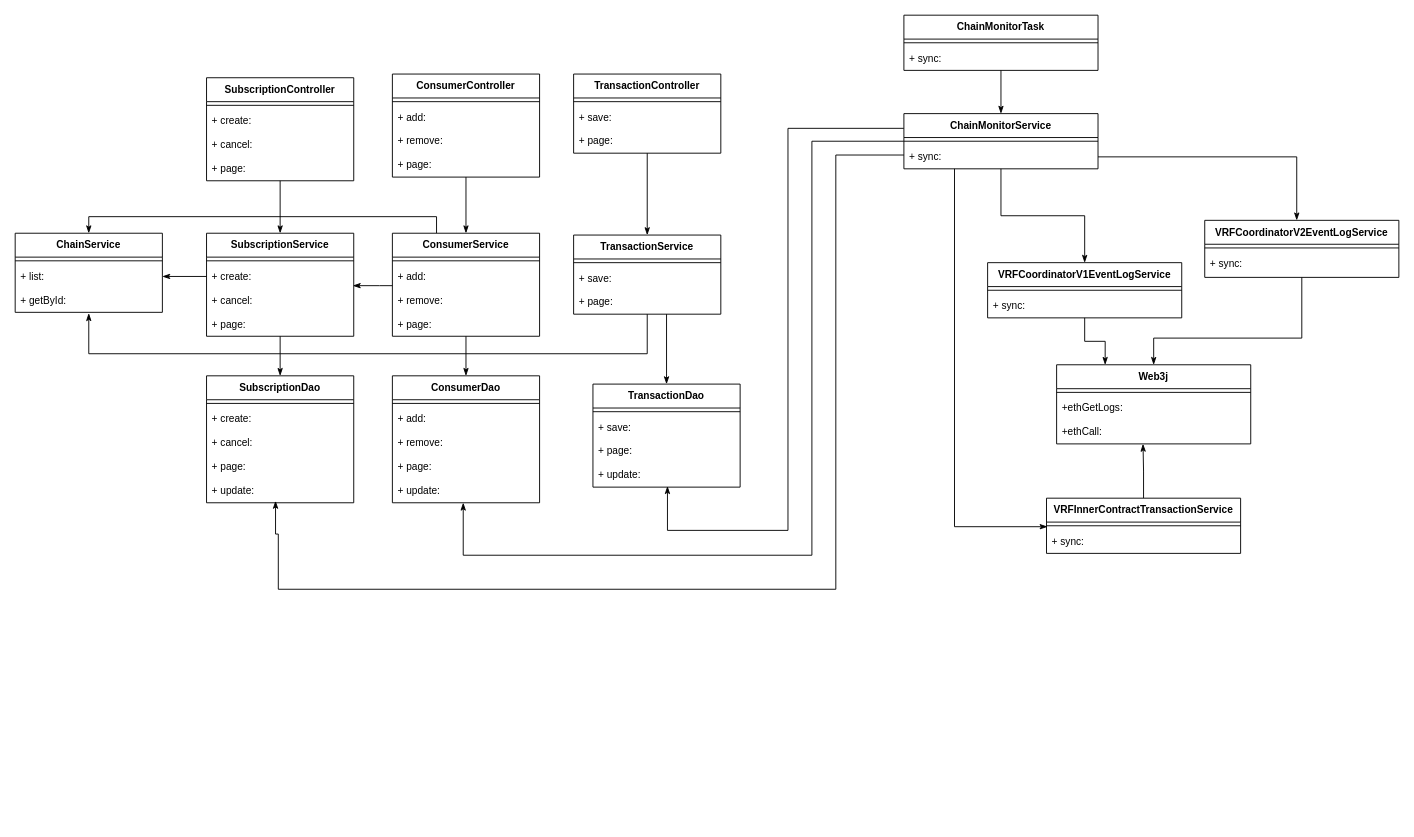
Before: page "核心类图" (6 of 7) of VRF-architecture.drawio in trevorch/drawio, a draw.io diagram. Source tidied: cells renumbered, new cells numbered last; positions are measured from the earlier drawing's top-left corner, leaving out a move shared by most shapes. Both pictures are drawn from the tidied source at 92%, with x=0, y=0 at pixel (15, 15).
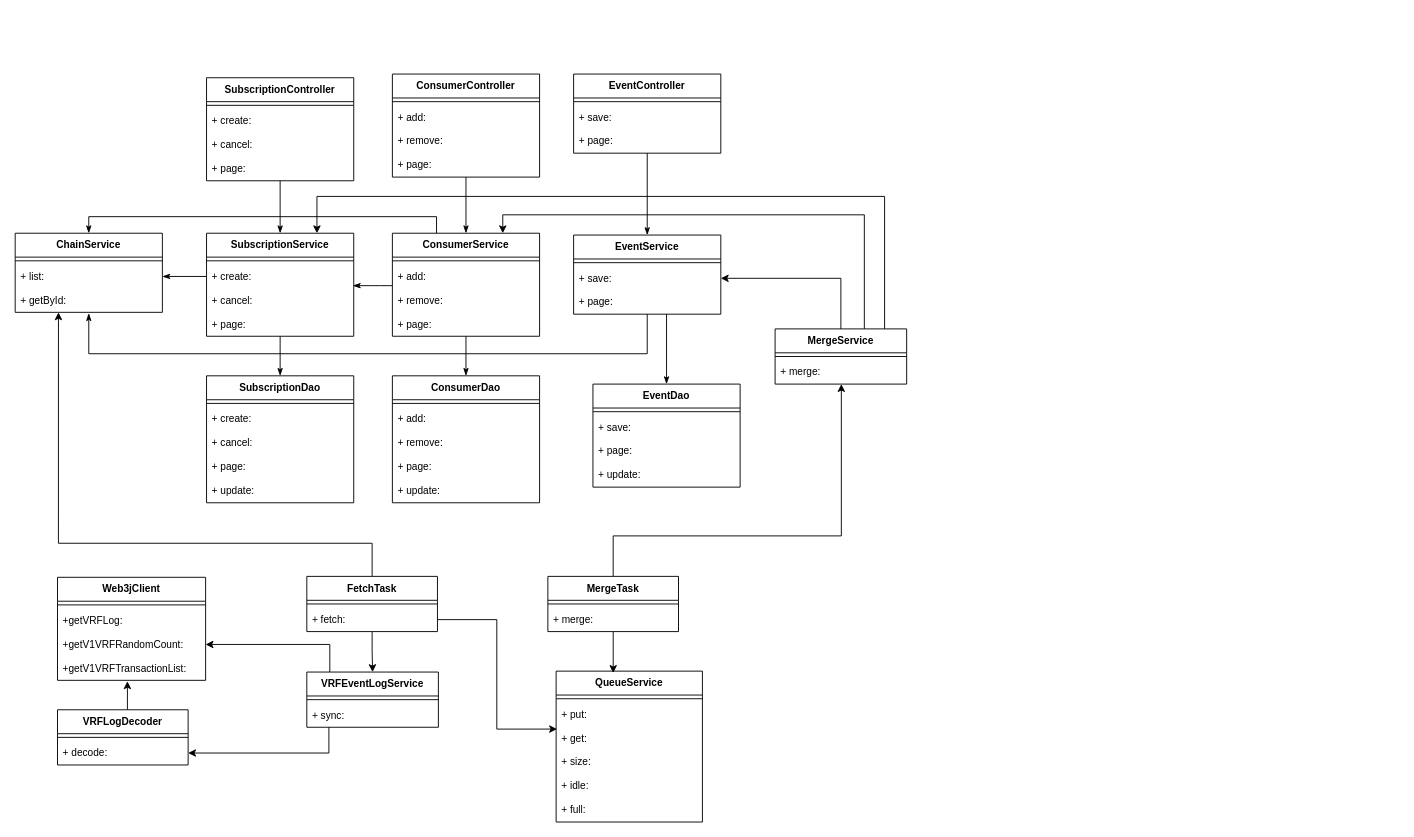
After the change.

The change refers to these unchanged cells:
```xml
<mxCell id="3" value="SubscriptionService&#10;" style="swimlane;fontStyle=1;align=center;verticalAlign=top;horizontal=1;startSize=26;fontSize=11;" parent="1" vertex="1">
  <mxGeometry x="208" y="237" width="160" height="112" as="geometry" />
</mxCell>
<mxCell id="11" value="ConsumerService&#10;" style="swimlane;fontStyle=1;align=center;verticalAlign=top;horizontal=1;startSize=26;fontSize=11;" parent="1" vertex="1">
  <mxGeometry x="410" y="237" width="160" height="112" as="geometry" />
</mxCell>
<mxCell id="20" value="+ save: " style="text;strokeColor=none;fillColor=none;align=left;verticalAlign=top;spacingLeft=4;spacingRight=4;overflow=hidden;points=[[0,0.5],[1,0.5]];portConstraint=eastwest;fontSize=11;" parent="18" vertex="1">
  <mxGeometry y="34" width="160" height="26" as="geometry" />
</mxCell>
<mxCell id="59" value="+ getById: " style="text;strokeColor=none;fillColor=none;align=left;verticalAlign=top;spacingLeft=4;spacingRight=4;overflow=hidden;points=[[0,0.5],[1,0.5]];portConstraint=eastwest;fontSize=11;" parent="56" vertex="1">
  <mxGeometry y="60" width="160" height="26" as="geometry" />
</mxCell>
```

Diff of the diagram source:
```diff
@@
-    <mxCell id="18" value="TransactionService&#10;" style="swimlane;fontStyle=1;align=center;verticalAlign=top;horizontal=1;startSize=26;fontSize=11;" parent="1" vertex="1">
+    <mxCell id="18" value="EventService&#10;" style="swimlane;fontStyle=1;align=center;verticalAlign=top;horizontal=1;startSize=26;fontSize=11;" parent="1" vertex="1">
       <mxGeometry x="607" y="239" width="160" height="86" as="geometry" />
     </mxCell>
@@
-    <mxCell id="34" value="TransactionDao" style="swimlane;fontStyle=1;align=center;verticalAlign=top;horizontal=1;startSize=26;fontSize=11;" parent="1" vertex="1">
+    <mxCell id="34" value="EventDao" style="swimlane;fontStyle=1;align=center;verticalAlign=top;horizontal=1;startSize=26;fontSize=11;" parent="1" vertex="1">
       <mxGeometry x="628" y="401" width="160" height="112" as="geometry" />
     </mxCell>
@@
-    <mxCell id="52" value="TransactionController&#10;" style="swimlane;fontStyle=1;align=center;verticalAlign=top;horizontal=1;startSize=26;fontSize=11;" parent="1" vertex="1">
+    <mxCell id="52" value="EventController&#10;" style="swimlane;fontStyle=1;align=center;verticalAlign=top;horizontal=1;startSize=26;fontSize=11;" parent="1" vertex="1">
       <mxGeometry x="607" y="64" width="160" height="86" as="geometry" />
     </mxCell>
@@
-    <mxCell id="61" style="edgeStyle=orthogonalEdgeStyle;rounded=0;jettySize=auto;html=1;entryX=0.445;entryY=1;entryDx=0;entryDy=0;entryPerimeter=0;fontSize=11;startArrow=none;startFill=0;endArrow=classicThin;endFill=1;" parent="1" edge="1" source="62" target="76">
-      <mxGeometry relative="1" as="geometry" />
-    </mxCell>
-    <mxCell id="62" value="VRFInnerContractTransactionService&#10;" style="swimlane;fontStyle=1;align=center;verticalAlign=top;horizontal=1;startSize=26;fontSize=11;" parent="1" vertex="1">
-      <mxGeometry x="1121" y="525" width="211" height="60" as="geometry" />
+    <mxCell id="62" value="QueueService" style="swimlane;fontStyle=1;align=center;verticalAlign=top;horizontal=1;startSize=26;fontSize=11;" parent="1" vertex="1">
+      <mxGeometry x="588" y="713" width="159" height="164" as="geometry" />
     </mxCell>
     <mxCell id="63" style="line;strokeWidth=1;fillColor=none;align=left;verticalAlign=middle;spacingTop=-1;spacingLeft=3;spacingRight=3;labelPosition=right;fontSize=11;" parent="62" vertex="1">
-      <mxGeometry y="26" width="211" height="8" as="geometry" />
+      <mxGeometry y="26" width="159" height="8" as="geometry" />
     </mxCell>
-    <mxCell id="64" value="+ sync: " style="text;strokeColor=none;fillColor=none;align=left;verticalAlign=top;spacingLeft=4;spacingRight=4;overflow=hidden;points=[[0,0.5],[1,0.5]];portConstraint=eastwest;fontSize=11;" parent="62" vertex="1">
-      <mxGeometry y="34" width="211" height="26" as="geometry" />
+    <mxCell id="64" value="+ put: " style="text;strokeColor=none;fillColor=none;align=left;verticalAlign=top;spacingLeft=4;spacingRight=4;overflow=hidden;points=[[0,0.5],[1,0.5]];portConstraint=eastwest;fontSize=11;" parent="62" vertex="1">
+      <mxGeometry y="34" width="159" height="26" as="geometry" />
     </mxCell>
-    <mxCell id="65" style="edgeStyle=orthogonalEdgeStyle;rounded=0;jettySize=auto;html=1;entryX=0.25;entryY=0;entryDx=0;entryDy=0;fontSize=11;startArrow=none;startFill=0;endArrow=classicThin;endFill=1;" parent="1" edge="1" source="66" target="73">
-      <mxGeometry relative="1" as="geometry" />
-    </mxCell>
+    <mxCell id="90" value="+ get: " style="text;strokeColor=none;fillColor=none;align=left;verticalAlign=top;spacingLeft=4;spacingRight=4;overflow=hidden;points=[[0,0.5],[1,0.5]];portConstraint=eastwest;fontSize=11;" parent="62" vertex="1">
+      <mxGeometry y="60" width="159" height="26" as="geometry" />
+    </mxCell>
+    <mxCell id="91" value="+ size: " style="text;strokeColor=none;fillColor=none;align=left;verticalAlign=top;spacingLeft=4;spacingRight=4;overflow=hidden;fontSize=11;" parent="62" vertex="1">
+      <mxGeometry y="86" width="159" height="26" as="geometry" />
+    </mxCell>
+    <mxCell id="92" value="+ idle: " style="text;strokeColor=none;fillColor=none;align=left;verticalAlign=top;spacingLeft=4;spacingRight=4;overflow=hidden;fontSize=11;" parent="62" vertex="1">
+      <mxGeometry y="112" width="159" height="26" as="geometry" />
+    </mxCell>
+    <mxCell id="93" value="+ full: " style="text;strokeColor=none;fillColor=none;align=left;verticalAlign=top;spacingLeft=4;spacingRight=4;overflow=hidden;fontSize=11;" parent="62" vertex="1">
+      <mxGeometry y="138" width="159" height="26" as="geometry" />
+    </mxCell>
+    <mxCell id="94" style="edgeStyle=orthogonalEdgeStyle;rounded=0;jettySize=auto;html=1;entryX=0.472;entryY=1.038;entryDx=0;entryDy=0;entryPerimeter=0;" parent="1" edge="1" source="66" target="95">
+      <mxGeometry relative="1" as="geometry">
+        <Array as="points">
+          <mxPoint x="122" y="774" />
+          <mxPoint x="122" y="774" />
+        </Array>
+      </mxGeometry>
+    </mxCell>
-    <mxCell id="66" value="VRFCoordinatorV1EventLogService&#10;" style="swimlane;fontStyle=1;align=center;verticalAlign=top;horizontal=1;startSize=26;fontSize=11;" parent="1" vertex="1">
-      <mxGeometry x="1057" y="269" width="211" height="60" as="geometry" />
+    <mxCell id="66" value="VRFLogDecoder" style="swimlane;fontStyle=1;align=center;verticalAlign=top;horizontal=1;startSize=26;fontSize=11;" parent="1" vertex="1">
+      <mxGeometry x="46" y="755" width="142" height="60" as="geometry" />
     </mxCell>
     <mxCell id="67" style="line;strokeWidth=1;fillColor=none;align=left;verticalAlign=middle;spacingTop=-1;spacingLeft=3;spacingRight=3;labelPosition=right;fontSize=11;" parent="66" vertex="1">
-      <mxGeometry y="26" width="211" height="8" as="geometry" />
+      <mxGeometry y="26" width="142" height="8" as="geometry" />
     </mxCell>
-    <mxCell id="68" value="+ sync: " style="text;strokeColor=none;fillColor=none;align=left;verticalAlign=top;spacingLeft=4;spacingRight=4;overflow=hidden;points=[[0,0.5],[1,0.5]];portConstraint=eastwest;fontSize=11;" parent="66" vertex="1">
-      <mxGeometry y="34" width="211" height="26" as="geometry" />
+    <mxCell id="68" value="+ decode: " style="text;strokeColor=none;fillColor=none;align=left;verticalAlign=top;spacingLeft=4;spacingRight=4;overflow=hidden;points=[[0,0.5],[1,0.5]];portConstraint=eastwest;fontSize=11;" parent="66" vertex="1">
+      <mxGeometry y="34" width="142" height="26" as="geometry" />
     </mxCell>
-    <mxCell id="69" style="edgeStyle=orthogonalEdgeStyle;rounded=0;jettySize=auto;html=1;entryX=0.5;entryY=0;entryDx=0;entryDy=0;fontSize=11;startArrow=none;startFill=0;endArrow=classicThin;endFill=1;" parent="1" edge="1" source="70" target="73">
-      <mxGeometry relative="1" as="geometry">
-        <Array as="points">
-          <mxPoint x="1399" y="351" />
-          <mxPoint x="1238" y="351" />
-        </Array>
-      </mxGeometry>
-    </mxCell>
-    <mxCell id="70" value="VRFCoordinatorV2EventLogService&#10;" style="swimlane;fontStyle=1;align=center;verticalAlign=top;horizontal=1;startSize=26;fontSize=11;" parent="1" vertex="1">
-      <mxGeometry x="1293" y="223" width="211" height="62" as="geometry" />
-    </mxCell>
-    <mxCell id="71" style="line;strokeWidth=1;fillColor=none;align=left;verticalAlign=middle;spacingTop=-1;spacingLeft=3;spacingRight=3;labelPosition=right;fontSize=11;" parent="70" vertex="1">
-      <mxGeometry y="26" width="211" height="8" as="geometry" />
-    </mxCell>
-    <mxCell id="72" value="+ sync: " style="text;strokeColor=none;fillColor=none;align=left;verticalAlign=top;spacingLeft=4;spacingRight=4;overflow=hidden;fontSize=11;" parent="70" vertex="1">
-      <mxGeometry y="34" width="211" height="28" as="geometry" />
-    </mxCell>
-    <mxCell id="73" value="Web3j" style="swimlane;fontStyle=1;align=center;verticalAlign=top;horizontal=1;startSize=26;fontSize=11;" parent="1" vertex="1">
-      <mxGeometry x="1132" y="380" width="211" height="86" as="geometry" />
+    <mxCell id="73" value="Web3jClient" style="swimlane;fontStyle=1;align=center;verticalAlign=top;horizontal=1;startSize=26;fontSize=11;" parent="1" vertex="1">
+      <mxGeometry x="46" y="611" width="161" height="112" as="geometry" />
     </mxCell>
     <mxCell id="74" style="line;strokeWidth=1;fillColor=none;align=left;verticalAlign=middle;spacingTop=-1;spacingLeft=3;spacingRight=3;labelPosition=right;fontSize=11;" parent="73" vertex="1">
-      <mxGeometry y="26" width="211" height="8" as="geometry" />
+      <mxGeometry y="26" width="161" height="8" as="geometry" />
     </mxCell>
-    <mxCell id="75" value="+ethGetLogs: " style="text;strokeColor=none;fillColor=none;align=left;verticalAlign=top;spacingLeft=4;spacingRight=4;overflow=hidden;fontSize=11;" parent="73" vertex="1">
-      <mxGeometry y="34" width="211" height="26" as="geometry" />
+    <mxCell id="75" value="+getVRFLog: " style="text;strokeColor=none;fillColor=none;align=left;verticalAlign=top;spacingLeft=4;spacingRight=4;overflow=hidden;fontSize=11;" parent="73" vertex="1">
+      <mxGeometry y="34" width="161" height="26" as="geometry" />
     </mxCell>
-    <mxCell id="76" value="+ethCall: " style="text;strokeColor=none;fillColor=none;align=left;verticalAlign=top;spacingLeft=4;spacingRight=4;overflow=hidden;points=[[0,0.5],[1,0.5]];portConstraint=eastwest;fontSize=11;" parent="73" vertex="1">
-      <mxGeometry y="60" width="211" height="26" as="geometry" />
+    <mxCell id="76" value="+getV1VRFRandomCount: " style="text;strokeColor=none;fillColor=none;align=left;verticalAlign=top;spacingLeft=4;spacingRight=4;overflow=hidden;points=[[0,0.5],[1,0.5]];portConstraint=eastwest;fontSize=11;" parent="73" vertex="1">
+      <mxGeometry y="60" width="161" height="26" as="geometry" />
     </mxCell>
-    <mxCell id="77" style="edgeStyle=orthogonalEdgeStyle;rounded=0;jettySize=auto;html=1;fontSize=11;startArrow=none;startFill=0;endArrow=classicThin;endFill=1;" parent="1" edge="1" source="82" target="66">
-      <mxGeometry relative="1" as="geometry" />
-    </mxCell>
-    <mxCell id="78" style="edgeStyle=orthogonalEdgeStyle;rounded=0;jettySize=auto;html=1;entryX=0.005;entryY=-0.115;entryDx=0;entryDy=0;entryPerimeter=0;fontSize=11;startArrow=none;startFill=0;endArrow=classicThin;endFill=1;" parent="1" edge="1" source="82" target="64">
-      <mxGeometry relative="1" as="geometry">
-        <Array as="points">
-          <mxPoint x="1021" y="556" />
-        </Array>
-      </mxGeometry>
-    </mxCell>
-    <mxCell id="79" style="edgeStyle=orthogonalEdgeStyle;rounded=0;jettySize=auto;html=1;fontSize=11;startArrow=none;startFill=0;endArrow=classicThin;endFill=1;" parent="1" edge="1" source="82">
-      <mxGeometry relative="1" as="geometry">
-        <mxPoint x="283" y="528" as="targetPoint" />
-        <Array as="points">
-          <mxPoint x="892" y="152" />
-          <mxPoint x="892" y="624" />
-          <mxPoint x="286" y="624" />
-          <mxPoint x="286" y="564" />
-          <mxPoint x="283" y="564" />
-        </Array>
-      </mxGeometry>
-    </mxCell>
-    <mxCell id="80" style="edgeStyle=orthogonalEdgeStyle;rounded=0;jettySize=auto;html=1;fontSize=11;startArrow=none;startFill=0;endArrow=classicThin;endFill=1;" parent="1" edge="1" source="82">
-      <mxGeometry relative="1" as="geometry">
-        <mxPoint x="487" y="530" as="targetPoint" />
-        <Array as="points">
-          <mxPoint x="866" y="137" />
-          <mxPoint x="866" y="587" />
-          <mxPoint x="487" y="587" />
-        </Array>
-      </mxGeometry>
-    </mxCell>
-    <mxCell id="81" style="edgeStyle=orthogonalEdgeStyle;rounded=0;jettySize=auto;html=1;fontSize=11;startArrow=none;startFill=0;endArrow=classicThin;endFill=1;" parent="1" edge="1" source="82">
-      <mxGeometry relative="1" as="geometry">
-        <mxPoint x="709" y="512" as="targetPoint" />
-        <Array as="points">
-          <mxPoint x="840" y="123" />
-          <mxPoint x="840" y="560" />
-          <mxPoint x="709" y="560" />
-        </Array>
-      </mxGeometry>
-    </mxCell>
+    <mxCell id="95" value="+getV1VRFTransactionList: " style="text;strokeColor=none;fillColor=none;align=left;verticalAlign=top;spacingLeft=4;spacingRight=4;overflow=hidden;points=[[0,0.5],[1,0.5]];portConstraint=eastwest;fontSize=11;" parent="73" vertex="1">
+      <mxGeometry y="86" width="161" height="26" as="geometry" />
+    </mxCell>
+    <mxCell id="96" style="edgeStyle=orthogonalEdgeStyle;rounded=0;jettySize=auto;html=1;entryX=1;entryY=0.5;entryDx=0;entryDy=0;" parent="1" edge="1" source="82" target="76">
+      <mxGeometry relative="1" as="geometry">
+        <Array as="points">
+          <mxPoint x="342" y="684" />
+        </Array>
+      </mxGeometry>
+    </mxCell>
+    <mxCell id="97" style="edgeStyle=orthogonalEdgeStyle;rounded=0;jettySize=auto;html=1;entryX=1;entryY=0.5;entryDx=0;entryDy=0;" parent="1" edge="1" source="82" target="68">
+      <mxGeometry relative="1" as="geometry">
+        <Array as="points">
+          <mxPoint x="341" y="802" />
+        </Array>
+      </mxGeometry>
+    </mxCell>
-    <mxCell id="82" value="ChainMonitorService&#10;" style="swimlane;fontStyle=1;align=center;verticalAlign=top;horizontal=1;startSize=26;fontSize=11;" parent="1" vertex="1">
-      <mxGeometry x="966" y="107" width="211" height="60" as="geometry" />
+    <mxCell id="82" value="VRFEventLogService&#10;" style="swimlane;fontStyle=1;align=center;verticalAlign=top;horizontal=1;startSize=26;fontSize=11;" parent="1" vertex="1">
+      <mxGeometry x="317" y="714" width="143" height="60" as="geometry" />
     </mxCell>
     <mxCell id="83" style="line;strokeWidth=1;fillColor=none;align=left;verticalAlign=middle;spacingTop=-1;spacingLeft=3;spacingRight=3;labelPosition=right;fontSize=11;" parent="82" vertex="1">
-      <mxGeometry y="26" width="211" height="8" as="geometry" />
+      <mxGeometry y="26" width="143" height="8" as="geometry" />
     </mxCell>
     <mxCell id="84" value="+ sync: " style="text;strokeColor=none;fillColor=none;align=left;verticalAlign=top;spacingLeft=4;spacingRight=4;overflow=hidden;points=[[0,0.5],[1,0.5]];portConstraint=eastwest;fontSize=11;" parent="82" vertex="1">
-      <mxGeometry y="34" width="211" height="26" as="geometry" />
+      <mxGeometry y="34" width="143" height="26" as="geometry" />
     </mxCell>
-    <mxCell id="85" style="edgeStyle=orthogonalEdgeStyle;rounded=0;jettySize=auto;html=1;entryX=0.474;entryY=0;entryDx=0;entryDy=0;entryPerimeter=0;fontSize=11;startArrow=none;startFill=0;endArrow=classicThin;endFill=1;" parent="1" edge="1" source="84" target="70">
-      <mxGeometry relative="1" as="geometry" />
-    </mxCell>
-    <mxCell id="86" style="edgeStyle=orthogonalEdgeStyle;rounded=0;jettySize=auto;html=1;fontSize=11;startArrow=none;startFill=0;endArrow=classicThin;endFill=1;" parent="1" edge="1" source="87" target="82">
+    <mxCell id="86" style="edgeStyle=orthogonalEdgeStyle;rounded=0;jettySize=auto;html=1;entryX=0.5;entryY=0;entryDx=0;entryDy=0;" parent="1" edge="1" source="87" target="82">
       <mxGeometry relative="1" as="geometry" />
     </mxCell>
+    <mxCell id="98" style="edgeStyle=orthogonalEdgeStyle;rounded=0;jettySize=auto;html=1;entryX=0.294;entryY=1;entryDx=0;entryDy=0;entryPerimeter=0;" parent="1" edge="1" source="87" target="59">
+      <mxGeometry relative="1" as="geometry">
+        <Array as="points">
+          <mxPoint x="388" y="574" />
+          <mxPoint x="47" y="574" />
+        </Array>
+      </mxGeometry>
+    </mxCell>
-    <mxCell id="87" value="ChainMonitorTask&#10;" style="swimlane;fontStyle=1;align=center;verticalAlign=top;horizontal=1;startSize=26;fontSize=11;" parent="1" vertex="1">
-      <mxGeometry x="966" width="211" height="60" as="geometry" />
+    <mxCell id="87" value="FetchTask&#10;" style="swimlane;fontStyle=1;align=center;verticalAlign=top;horizontal=1;startSize=26;fontSize=11;" parent="1" vertex="1">
+      <mxGeometry x="317" y="610" width="142" height="60" as="geometry" />
     </mxCell>
     <mxCell id="88" style="line;strokeWidth=1;fillColor=none;align=left;verticalAlign=middle;spacingTop=-1;spacingLeft=3;spacingRight=3;labelPosition=right;fontSize=11;" parent="87" vertex="1">
-      <mxGeometry y="26" width="211" height="8" as="geometry" />
+      <mxGeometry y="26" width="142" height="8" as="geometry" />
     </mxCell>
-    <mxCell id="89" value="+ sync: " style="text;strokeColor=none;fillColor=none;align=left;verticalAlign=top;spacingLeft=4;spacingRight=4;overflow=hidden;points=[[0,0.5],[1,0.5]];portConstraint=eastwest;fontSize=11;" parent="87" vertex="1">
-      <mxGeometry y="34" width="211" height="26" as="geometry" />
+    <mxCell id="89" value="+ fetch: " style="text;strokeColor=none;fillColor=none;align=left;verticalAlign=top;spacingLeft=4;spacingRight=4;overflow=hidden;points=[[0,0.5],[1,0.5]];portConstraint=eastwest;fontSize=11;" parent="87" vertex="1">
+      <mxGeometry y="34" width="142" height="26" as="geometry" />
     </mxCell>
+    <mxCell id="99" style="edgeStyle=orthogonalEdgeStyle;rounded=0;jettySize=auto;html=1;entryX=0.39;entryY=0.012;entryDx=0;entryDy=0;entryPerimeter=0;" parent="1" edge="1" source="101" target="62">
+      <mxGeometry relative="1" as="geometry" />
+    </mxCell>
+    <mxCell id="100" style="edgeStyle=orthogonalEdgeStyle;rounded=0;jettySize=auto;html=1;" parent="1" edge="1" source="101" target="110">
+      <mxGeometry relative="1" as="geometry">
+        <Array as="points">
+          <mxPoint x="650" y="566" />
+          <mxPoint x="898" y="566" />
+        </Array>
+      </mxGeometry>
+    </mxCell>
+    <mxCell id="101" value="MergeTask&#10;" style="swimlane;fontStyle=1;align=center;verticalAlign=top;horizontal=1;startSize=26;fontSize=11;" parent="1" vertex="1">
+      <mxGeometry x="579" y="610" width="142" height="60" as="geometry" />
+    </mxCell>
+    <mxCell id="102" style="line;strokeWidth=1;fillColor=none;align=left;verticalAlign=middle;spacingTop=-1;spacingLeft=3;spacingRight=3;labelPosition=right;fontSize=11;" parent="101" vertex="1">
+      <mxGeometry y="26" width="142" height="8" as="geometry" />
+    </mxCell>
+    <mxCell id="103" value="+ merge: " style="text;strokeColor=none;fillColor=none;align=left;verticalAlign=top;spacingLeft=4;spacingRight=4;overflow=hidden;fontSize=11;" parent="101" vertex="1">
+      <mxGeometry y="34" width="142" height="26" as="geometry" />
+    </mxCell>
+    <mxCell id="104" style="edgeStyle=orthogonalEdgeStyle;rounded=0;jettySize=auto;html=1;entryX=0.006;entryY=0.115;entryDx=0;entryDy=0;entryPerimeter=0;" parent="1" edge="1" source="89" target="90">
+      <mxGeometry relative="1" as="geometry" />
+    </mxCell>
+    <mxCell id="105" style="edgeStyle=orthogonalEdgeStyle;rounded=0;jettySize=auto;html=1;entryX=1;entryY=0.5;entryDx=0;entryDy=0;" parent="1" edge="1" source="108" target="20">
+      <mxGeometry relative="1" as="geometry" />
+    </mxCell>
+    <mxCell id="106" style="edgeStyle=orthogonalEdgeStyle;rounded=0;jettySize=auto;html=1;entryX=0.75;entryY=0;entryDx=0;entryDy=0;" parent="1" edge="1" source="108" target="11">
+      <mxGeometry relative="1" as="geometry">
+        <Array as="points">
+          <mxPoint x="923" y="217" />
+          <mxPoint x="530" y="217" />
+        </Array>
+      </mxGeometry>
+    </mxCell>
+    <mxCell id="107" style="edgeStyle=orthogonalEdgeStyle;rounded=0;jettySize=auto;html=1;entryX=0.75;entryY=0;entryDx=0;entryDy=0;" parent="1" edge="1" source="108" target="3">
+      <mxGeometry relative="1" as="geometry">
+        <Array as="points">
+          <mxPoint x="945" y="197" />
+          <mxPoint x="328" y="197" />
+        </Array>
+      </mxGeometry>
+    </mxCell>
+    <mxCell id="108" value="MergeService&#10;" style="swimlane;fontStyle=1;align=center;verticalAlign=top;horizontal=1;startSize=26;fontSize=11;" parent="1" vertex="1">
+      <mxGeometry x="826" y="341" width="143" height="60" as="geometry" />
+    </mxCell>
+    <mxCell id="109" style="line;strokeWidth=1;fillColor=none;align=left;verticalAlign=middle;spacingTop=-1;spacingLeft=3;spacingRight=3;labelPosition=right;fontSize=11;" parent="108" vertex="1">
+      <mxGeometry y="26" width="143" height="8" as="geometry" />
+    </mxCell>
+    <mxCell id="110" value="+ merge: " style="text;strokeColor=none;fillColor=none;align=left;verticalAlign=top;spacingLeft=4;spacingRight=4;overflow=hidden;points=[[0,0.5],[1,0.5]];portConstraint=eastwest;fontSize=11;" parent="108" vertex="1">
+      <mxGeometry y="34" width="143" height="26" as="geometry" />
+    </mxCell>
```
